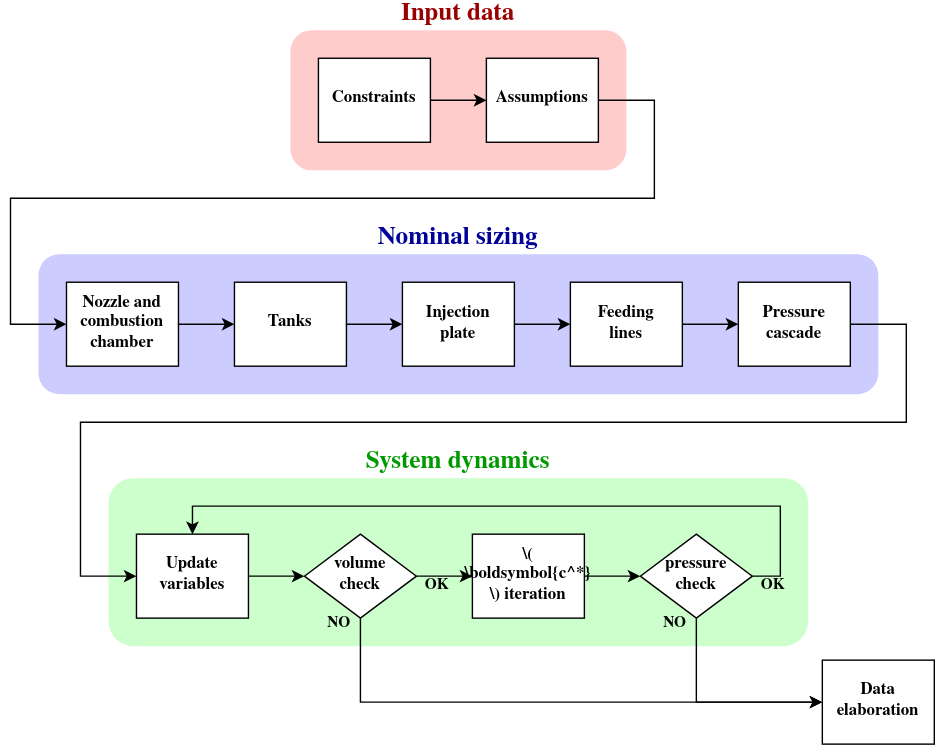
The draw.io diagram Images/flowchart.svg in turcualexd/Lockheed-Martini, before a commit. Source tidied: cells renumbered, new cells last; positions are measured from the earlier drawing's top-left corner, leaving out a move shared by most shapes.
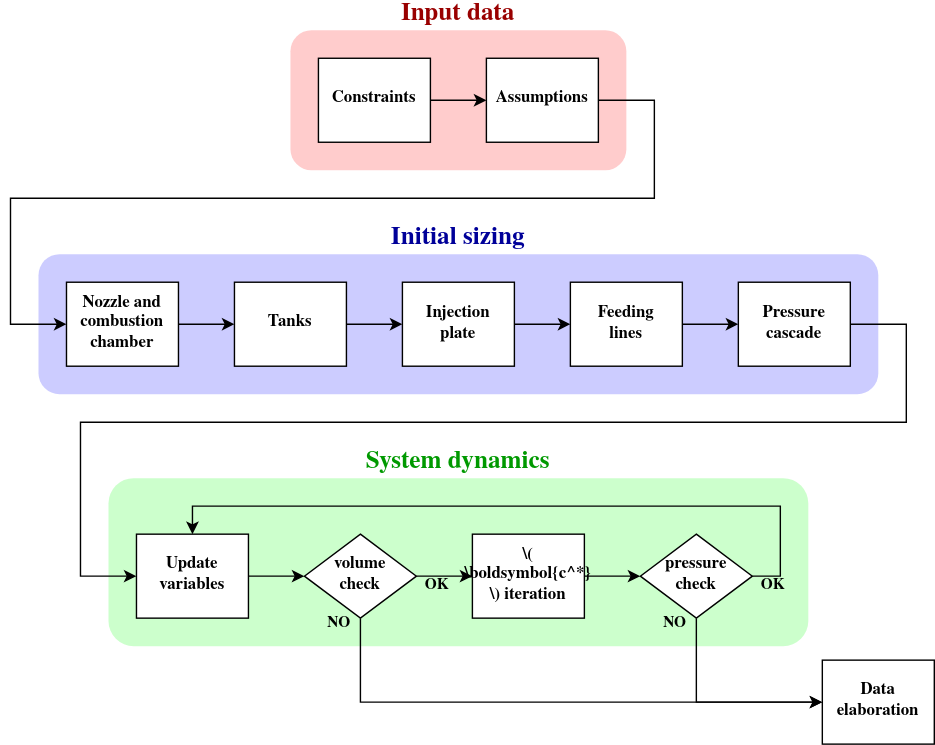
Above is the later version.

What changed in the source:
```diff
@@ -109,7 +109,7 @@
     <mxCell id="30" value="&lt;font face=&quot;Nimbus Roman&quot; size=&quot;1&quot;&gt;&lt;b style=&quot;font-size: 18px;&quot;&gt;Input data&lt;/b&gt;&lt;/font&gt;" style="text;html=1;align=center;verticalAlign=middle;whiteSpace=wrap;rounded=0;fontColor=#990000;" parent="1" vertex="1">
       <mxGeometry x="200" width="240" height="20" as="geometry" />
     </mxCell>
-    <mxCell id="31" value="&lt;font face=&quot;Nimbus Roman&quot; size=&quot;1&quot;&gt;&lt;b style=&quot;font-size: 18px;&quot;&gt;Nominal sizing&lt;/b&gt;&lt;/font&gt;" style="text;html=1;align=center;verticalAlign=middle;whiteSpace=wrap;rounded=0;fontColor=#000099;" parent="1" vertex="1">
+    <mxCell id="31" value="&lt;font face=&quot;Nimbus Roman&quot; size=&quot;1&quot;&gt;&lt;b style=&quot;font-size: 18px;&quot;&gt;Initial sizing&lt;/b&gt;&lt;/font&gt;" style="text;html=1;align=center;verticalAlign=middle;whiteSpace=wrap;rounded=0;fontColor=#000099;" parent="1" vertex="1">
       <mxGeometry x="20" y="160" width="600" height="20" as="geometry" />
     </mxCell>
     <mxCell id="32" value="&lt;font size=&quot;1&quot; face=&quot;Nimbus Roman&quot;&gt;&lt;b style=&quot;font-size: 18px;&quot;&gt;System dynamics&lt;/b&gt;&lt;/font&gt;" style="text;html=1;align=center;verticalAlign=middle;whiteSpace=wrap;rounded=0;fontColor=#009900;" parent="1" vertex="1">
```
